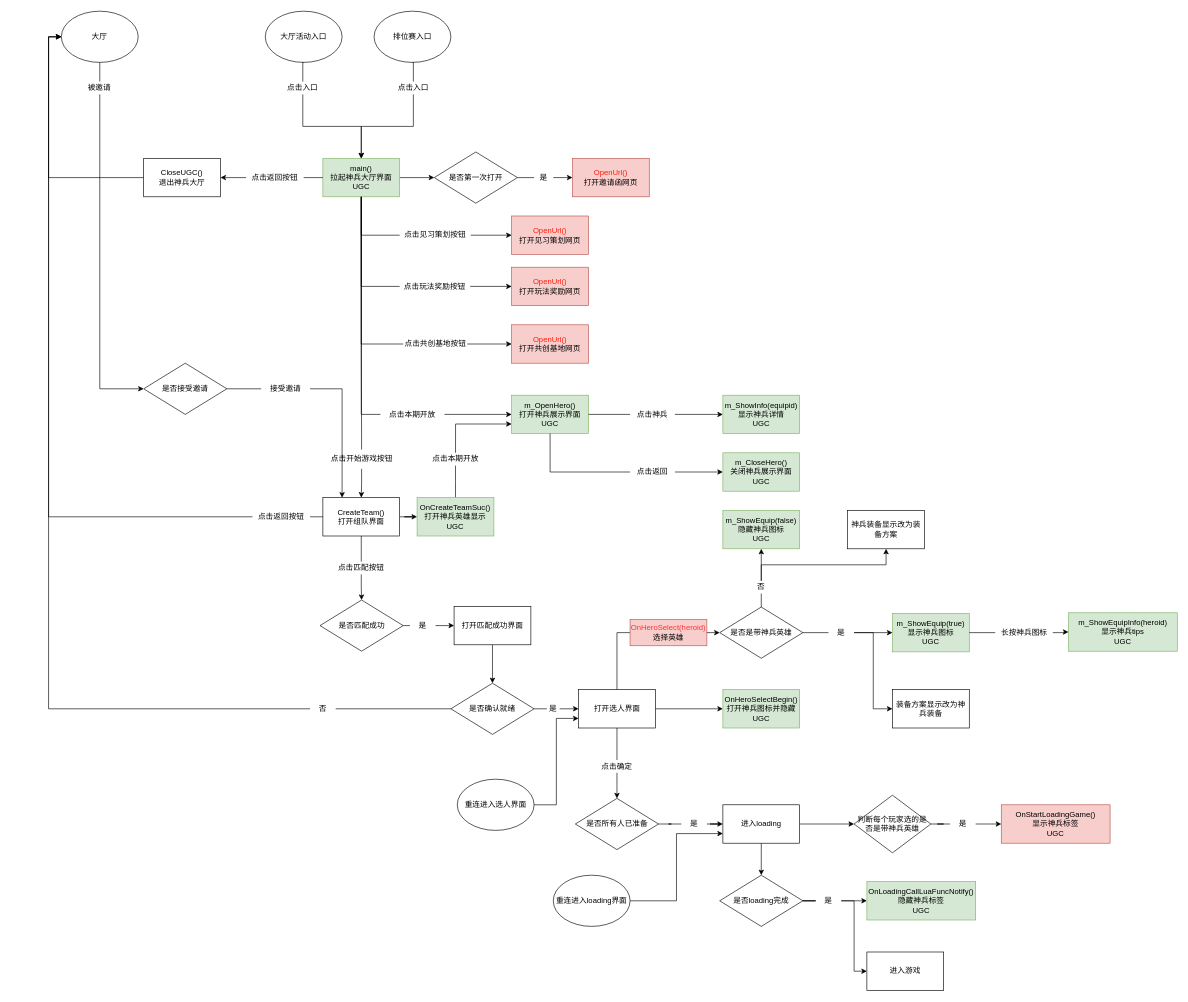
Above: Untitled Diagram.drawio in wq5514/drawio (draw.io), before the change. Source tidied: cells renumbered, new cells numbered last; positions are measured from the earlier drawing's top-left corner, leaving out a move shared by most shapes. Both pictures are drawn from the tidied source at 64%, with x=0, y=0 at pixel (61, 11).
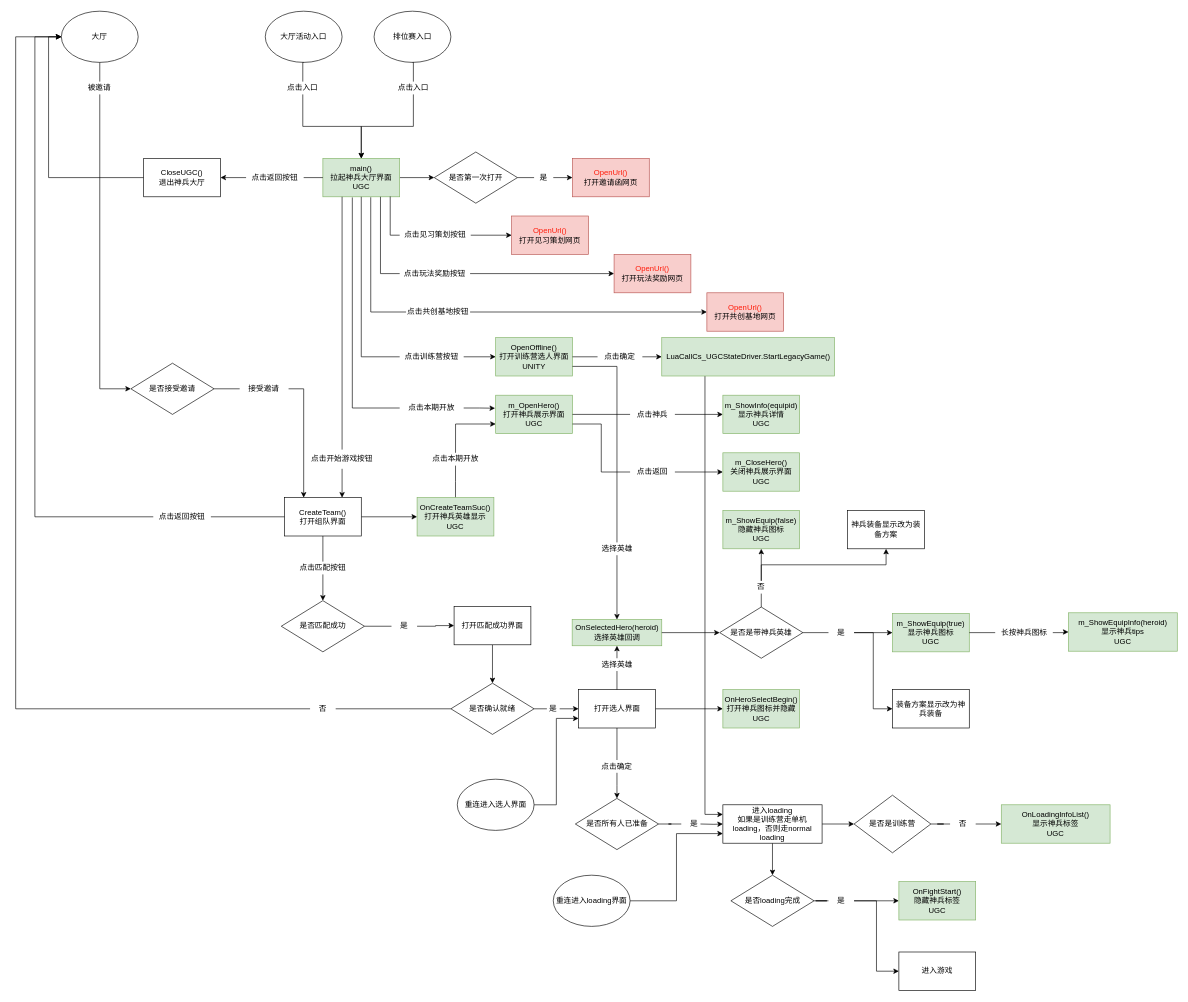
Above is the later version.

The change refers to these unchanged cells:
```xml
<mxCell id="9" value="main()&lt;br&gt;拉起神兵大厅界面&lt;br&gt;UGC" style="rounded=0;whiteSpace=wrap;html=1;fillColor=#d5e8d4;strokeColor=#82b366;" parent="1" vertex="1">
  <mxGeometry x="409" y="230" width="120" height="60" as="geometry" />
</mxCell>
<mxCell id="24" value="点击见习策划按钮" style="text;html=1;strokeColor=none;fillColor=none;align=center;verticalAlign=middle;whiteSpace=wrap;rounded=0;" parent="1" vertex="1">
  <mxGeometry x="529" y="340" width="111" height="20" as="geometry" />
</mxCell>
<mxCell id="48" value="点击返回" style="text;html=1;strokeColor=none;fillColor=none;align=center;verticalAlign=middle;whiteSpace=wrap;rounded=0;" parent="1" vertex="1">
  <mxGeometry x="889" y="710" width="70" height="20" as="geometry" />
</mxCell>
<mxCell id="55" value="大厅" style="ellipse;whiteSpace=wrap;html=1;strokeColor=#000000;fillColor=#ffffff;" parent="1" vertex="1">
  <mxGeometry x="0.4" width="120" height="80" as="geometry" />
</mxCell>
<mxCell id="64" value="打开选人界面" style="rounded=0;whiteSpace=wrap;html=1;" parent="1" vertex="1">
  <mxGeometry x="808.5" y="1060" width="120" height="60" as="geometry" />
</mxCell>
<mxCell id="68" value="否" style="text;html=1;strokeColor=none;fillColor=none;align=center;verticalAlign=middle;whiteSpace=wrap;rounded=0;" parent="1" vertex="1">
  <mxGeometry x="389" y="1080" width="40" height="20" as="geometry" />
</mxCell>
<mxCell id="104" value="是" style="text;html=1;strokeColor=none;fillColor=none;align=center;verticalAlign=middle;whiteSpace=wrap;rounded=0;" parent="1" vertex="1">
  <mxGeometry x="969" y="1260" width="40" height="20" as="geometry" />
</mxCell>
```

Change to the diagram source:
```diff
@@
-    <mxCell id="7" style="edgeStyle=orthogonalEdgeStyle;rounded=0;jettySize=auto;html=1;exitX=0.5;exitY=1;exitDx=0;exitDy=0;startArrow=none;" parent="1" edge="1" source="37" target="36">
+    <mxCell id="7" style="edgeStyle=orthogonalEdgeStyle;rounded=0;jettySize=auto;html=1;exitX=0.5;exitY=1;exitDx=0;exitDy=0;startArrow=none;entryX=0.75;entryY=0;entryDx=0;entryDy=0;" parent="1" edge="1" source="37" target="36">
       <mxGeometry relative="1" as="geometry" />
     </mxCell>
-    <mxCell id="8" style="edgeStyle=orthogonalEdgeStyle;rounded=0;jettySize=auto;html=1;exitX=1;exitY=0.5;exitDx=0;exitDy=0;entryX=0;entryY=0.5;entryDx=0;entryDy=0;startArrow=none;" parent="1" edge="1" source="42" target="41">
+    <mxCell id="8" style="edgeStyle=orthogonalEdgeStyle;rounded=0;jettySize=auto;html=1;exitX=1;exitY=0.5;exitDx=0;exitDy=0;entryX=-0.008;entryY=0.339;entryDx=0;entryDy=0;startArrow=none;entryPerimeter=0;" parent="1" edge="1" source="42" target="41">
       <mxGeometry relative="1" as="geometry" />
     </mxCell>
+    <mxCell id="132" style="edgeStyle=orthogonalEdgeStyle;rounded=0;jettySize=auto;html=1;exitX=1;exitY=0.5;exitDx=0;exitDy=0;entryX=0;entryY=0.5;entryDx=0;entryDy=0;startArrow=none;" parent="1" edge="1" source="137" target="136">
+      <mxGeometry relative="1" as="geometry" />
+    </mxCell>
@@
-    <mxCell id="25" style="edgeStyle=orthogonalEdgeStyle;rounded=0;jettySize=auto;html=1;exitX=0.5;exitY=1;exitDx=0;exitDy=0;entryX=0;entryY=0.5;entryDx=0;entryDy=0;endArrow=none;" parent="1" edge="1" source="9" target="24">
-      <mxGeometry relative="1" as="geometry" />
+    <mxCell id="25" style="edgeStyle=orthogonalEdgeStyle;rounded=0;jettySize=auto;html=1;exitX=0.877;exitY=0.992;exitDx=0;exitDy=0;entryX=0;entryY=0.5;entryDx=0;entryDy=0;endArrow=none;exitPerimeter=0;" parent="1" edge="1" source="9" target="24">
+      <mxGeometry relative="1" as="geometry">
+        <Array as="points">
+          <mxPoint x="514" y="350" />
+        </Array>
+      </mxGeometry>
     </mxCell>
     <mxCell id="26" value="&lt;font color=&quot;#ff1b0a&quot;&gt;OpenUrl()&lt;/font&gt;&lt;br&gt;打开玩法奖励网页" style="rounded=0;whiteSpace=wrap;html=1;fillColor=#f8cecc;strokeColor=#b85450;" parent="1" vertex="1">
-      <mxGeometry x="704" y="400" width="120" height="60" as="geometry" />
+      <mxGeometry x="864" y="380" width="120" height="60" as="geometry" />
     </mxCell>
     <mxCell id="27" value="&lt;font color=&quot;#ff1b0a&quot;&gt;OpenUrl()&lt;/font&gt;&lt;br&gt;打开共创基地网页" style="rounded=0;whiteSpace=wrap;html=1;fillColor=#f8cecc;strokeColor=#b85450;" parent="1" vertex="1">
-      <mxGeometry x="704" y="490" width="120" height="60" as="geometry" />
+      <mxGeometry x="1009" y="440" width="120" height="60" as="geometry" />
     </mxCell>
     <mxCell id="28" value="点击玩法奖励按钮" style="text;html=1;strokeColor=none;fillColor=none;align=center;verticalAlign=middle;whiteSpace=wrap;rounded=0;" parent="1" vertex="1">
-      <mxGeometry x="529" y="420" width="110" height="20" as="geometry" />
+      <mxGeometry x="529" y="400" width="110" height="20" as="geometry" />
     </mxCell>
-    <mxCell id="29" style="edgeStyle=orthogonalEdgeStyle;rounded=0;jettySize=auto;html=1;exitX=0.5;exitY=1;exitDx=0;exitDy=0;entryX=0;entryY=0.5;entryDx=0;entryDy=0;endArrow=none;" parent="1" edge="1" source="9" target="28">
+    <mxCell id="29" style="edgeStyle=orthogonalEdgeStyle;rounded=0;jettySize=auto;html=1;exitX=0.75;exitY=1;exitDx=0;exitDy=0;entryX=0;entryY=0.5;entryDx=0;entryDy=0;endArrow=none;" parent="1" edge="1" source="9" target="28">
       <mxGeometry relative="1" as="geometry" />
     </mxCell>
     <mxCell id="30" value="点击共创基地按钮" style="text;html=1;strokeColor=none;fillColor=none;align=center;verticalAlign=middle;whiteSpace=wrap;rounded=0;" parent="1" vertex="1">
-      <mxGeometry x="534.5" y="510" width="100" height="20" as="geometry" />
+      <mxGeometry x="539" y="460" width="100" height="20" as="geometry" />
     </mxCell>
-    <mxCell id="31" style="edgeStyle=orthogonalEdgeStyle;rounded=0;jettySize=auto;html=1;exitX=0.5;exitY=1;exitDx=0;exitDy=0;entryX=0;entryY=0.5;entryDx=0;entryDy=0;endArrow=none;" parent="1" edge="1" source="9" target="30">
+    <mxCell id="31" style="edgeStyle=orthogonalEdgeStyle;rounded=0;jettySize=auto;html=1;exitX=0.623;exitY=1.012;exitDx=0;exitDy=0;entryX=0;entryY=0.5;entryDx=0;entryDy=0;endArrow=none;exitPerimeter=0;" parent="1" edge="1" source="9" target="30">
       <mxGeometry relative="1" as="geometry" />
     </mxCell>
@@
     <mxCell id="33" style="edgeStyle=orthogonalEdgeStyle;rounded=0;jettySize=auto;html=1;exitX=0;exitY=0.5;exitDx=0;exitDy=0;entryX=0;entryY=0.5;entryDx=0;entryDy=0;startArrow=none;" parent="1" edge="1" source="52" target="55">
-      <mxGeometry relative="1" as="geometry" />
+      <mxGeometry relative="1" as="geometry">
+        <Array as="points">
+          <mxPoint x="-41" y="790" />
+          <mxPoint x="-41" y="40" />
+        </Array>
+      </mxGeometry>
     </mxCell>
@@
     <mxCell id="36" value="CreateTeam()&lt;br&gt;打开组队界面" style="rounded=0;whiteSpace=wrap;html=1;" parent="1" vertex="1">
-      <mxGeometry x="409" y="760" width="120" height="60" as="geometry" />
+      <mxGeometry x="349" y="760" width="120" height="60" as="geometry" />
     </mxCell>
     <mxCell id="37" value="点击开始游戏按钮" style="text;html=1;strokeColor=none;fillColor=none;align=center;verticalAlign=middle;whiteSpace=wrap;rounded=0;" parent="1" vertex="1">
-      <mxGeometry x="419.5" y="685" width="100" height="30" as="geometry" />
+      <mxGeometry x="389" y="685" width="100" height="30" as="geometry" />
     </mxCell>
-    <mxCell id="38" style="edgeStyle=orthogonalEdgeStyle;rounded=0;jettySize=auto;html=1;exitX=0.5;exitY=1;exitDx=0;exitDy=0;endArrow=none;" parent="1" edge="1" source="9" target="37">
+    <mxCell id="38" style="edgeStyle=orthogonalEdgeStyle;rounded=0;jettySize=auto;html=1;exitX=0.25;exitY=1;exitDx=0;exitDy=0;endArrow=none;" parent="1" edge="1" source="9" target="37">
       <mxGeometry relative="1" as="geometry" />
     </mxCell>
@@
     <mxCell id="41" value="m_OpenHero()&lt;br&gt;打开神兵展示界面&lt;br&gt;UGC" style="rounded=0;whiteSpace=wrap;html=1;fillColor=#d5e8d4;strokeColor=#82b366;" parent="1" vertex="1">
-      <mxGeometry x="704" y="600" width="120" height="60" as="geometry" />
+      <mxGeometry x="679" y="600" width="120" height="60" as="geometry" />
     </mxCell>
     <mxCell id="42" value="点击本期开放" style="text;html=1;strokeColor=none;fillColor=none;align=center;verticalAlign=middle;whiteSpace=wrap;rounded=0;" parent="1" vertex="1">
-      <mxGeometry x="499" y="620" width="100" height="20" as="geometry" />
+      <mxGeometry x="529" y="610" width="100" height="20" as="geometry" />
     </mxCell>
-    <mxCell id="43" style="edgeStyle=orthogonalEdgeStyle;rounded=0;jettySize=auto;html=1;exitX=0.5;exitY=1;exitDx=0;exitDy=0;entryX=0;entryY=0.5;entryDx=0;entryDy=0;endArrow=none;" parent="1" edge="1" source="9" target="42">
-      <mxGeometry relative="1" as="geometry" />
+    <mxCell id="43" style="edgeStyle=orthogonalEdgeStyle;rounded=0;jettySize=auto;html=1;entryX=0;entryY=0.5;entryDx=0;entryDy=0;endArrow=none;" parent="1" edge="1" target="42">
+      <mxGeometry relative="1" as="geometry">
+        <mxPoint x="455" y="291" as="sourcePoint" />
+        <Array as="points">
+          <mxPoint x="455" y="291" />
+          <mxPoint x="455" y="620" />
+        </Array>
+      </mxGeometry>
     </mxCell>
@@
-    <mxCell id="49" style="edgeStyle=orthogonalEdgeStyle;rounded=0;jettySize=auto;html=1;exitX=0.5;exitY=1;exitDx=0;exitDy=0;entryX=0;entryY=0.5;entryDx=0;entryDy=0;endArrow=none;" parent="1" edge="1" source="41" target="48">
+    <mxCell id="49" style="edgeStyle=orthogonalEdgeStyle;rounded=0;jettySize=auto;html=1;exitX=1;exitY=0.75;exitDx=0;exitDy=0;entryX=0;entryY=0.5;entryDx=0;entryDy=0;endArrow=none;" parent="1" edge="1" source="41" target="48">
       <mxGeometry relative="1" as="geometry" />
     </mxCell>
@@
     <mxCell id="52" value="点击返回按钮" style="text;html=1;strokeColor=none;fillColor=none;align=center;verticalAlign=middle;whiteSpace=wrap;rounded=0;" parent="1" vertex="1">
-      <mxGeometry x="299" y="780" width="90" height="20" as="geometry" />
+      <mxGeometry x="144" y="780" width="90" height="20" as="geometry" />
     </mxCell>
@@
     <mxCell id="56" value="点击匹配按钮" style="text;html=1;strokeColor=none;fillColor=none;align=center;verticalAlign=middle;whiteSpace=wrap;rounded=0;" parent="1" vertex="1">
-      <mxGeometry x="424" y="860" width="90" height="20" as="geometry" />
+      <mxGeometry x="364" y="860" width="90" height="20" as="geometry" />
     </mxCell>
@@
     <mxCell id="59" value="是否匹配成功" style="rhombus;whiteSpace=wrap;html=1;" parent="1" vertex="1">
-      <mxGeometry x="404.5" y="920" width="130" height="80" as="geometry" />
+      <mxGeometry x="344" y="921" width="130" height="80" as="geometry" />
     </mxCell>
@@
     <mxCell id="65" style="edgeStyle=orthogonalEdgeStyle;rounded=0;jettySize=auto;html=1;exitX=0;exitY=0.5;exitDx=0;exitDy=0;entryX=0;entryY=0.5;entryDx=0;entryDy=0;startArrow=none;" parent="1" edge="1" source="68" target="55">
-      <mxGeometry relative="1" as="geometry" />
+      <mxGeometry relative="1" as="geometry">
+        <Array as="points">
+          <mxPoint x="-71" y="1090" />
+          <mxPoint x="-71" y="40" />
+        </Array>
+      </mxGeometry>
     </mxCell>
@@
-    <mxCell id="72" style="edgeStyle=orthogonalEdgeStyle;rounded=0;jettySize=auto;html=1;exitX=0.5;exitY=0;exitDx=0;exitDy=0;entryX=0;entryY=0.5;entryDx=0;entryDy=0;endArrow=none;" parent="1" edge="1" source="64" target="78">
-      <mxGeometry relative="1" as="geometry" />
-    </mxCell>
@@
-    <mxCell id="78" value="&lt;font color=&quot;#ff3333&quot;&gt;OnHeroSelect(heroid)&lt;br&gt;&lt;/font&gt;选择英雄" style="text;html=1;strokeColor=#b85450;fillColor=#f8cecc;align=center;verticalAlign=middle;whiteSpace=wrap;rounded=0;" parent="1" vertex="1">
-      <mxGeometry x="889" y="950.5" width="120" height="41" as="geometry" />
+    <mxCell id="78" value="OnSelectedHero(heroid)&lt;br&gt;选择英雄回调" style="text;html=1;strokeColor=#82b366;fillColor=#d5e8d4;align=center;verticalAlign=middle;whiteSpace=wrap;rounded=0;" parent="1" vertex="1">
+      <mxGeometry x="798.5" y="950.5" width="140" height="41" as="geometry" />
     </mxCell>
@@
-    <mxCell id="97" value="进入loading" style="rounded=0;whiteSpace=wrap;html=1;" parent="1" vertex="1">
-      <mxGeometry x="1034" y="1240" width="120" height="60" as="geometry" />
+    <mxCell id="97" value="进入loading&lt;br&gt;如果是训练营走单机loading，否则走normal loading" style="rounded=0;whiteSpace=wrap;html=1;" parent="1" vertex="1">
+      <mxGeometry x="1034" y="1240" width="155" height="60" as="geometry" />
     </mxCell>
@@
-    <mxCell id="100" style="edgeStyle=orthogonalEdgeStyle;rounded=0;jettySize=auto;html=1;startArrow=none;" parent="1" edge="1" source="104" target="97">
-      <mxGeometry relative="1" as="geometry" />
+    <mxCell id="100" style="edgeStyle=orthogonalEdgeStyle;rounded=0;jettySize=auto;html=1;startArrow=none;" parent="1" edge="1" target="97">
+      <mxGeometry relative="1" as="geometry">
+        <mxPoint x="999" y="1270" as="sourcePoint" />
+      </mxGeometry>
     </mxCell>
@@
     <mxCell id="102" value="是" style="text;html=1;strokeColor=none;fillColor=none;align=center;verticalAlign=middle;whiteSpace=wrap;rounded=0;" parent="1" vertex="1">
-      <mxGeometry x="545" y="950" width="40" height="20" as="geometry" />
+      <mxGeometry x="516.2" y="951" width="40" height="20" as="geometry" />
     </mxCell>
@@
-    <mxCell id="106" value="OnStartLoadingGame()&lt;br&gt;显示神兵标签&lt;br&gt;UGC" style="rounded=0;whiteSpace=wrap;html=1;strokeColor=#b85450;fillColor=#f8cecc;" parent="1" vertex="1">
+    <mxCell id="106" value="OnLoadingInfoList()&lt;br&gt;显示神兵标签&lt;br&gt;UGC" style="rounded=0;whiteSpace=wrap;html=1;strokeColor=#82b366;fillColor=#d5e8d4;" parent="1" vertex="1">
       <mxGeometry x="1469" y="1240" width="170" height="60" as="geometry" />
     </mxCell>
@@
-    <mxCell id="108" value="判断每个玩家选的是否是带神兵英雄" style="rhombus;whiteSpace=wrap;html=1;" parent="1" vertex="1">
+    <mxCell id="108" value="是否是训练营" style="rhombus;whiteSpace=wrap;html=1;" parent="1" vertex="1">
       <mxGeometry x="1239" y="1225" width="120" height="90" as="geometry" />
     </mxCell>
-    <mxCell id="109" value="是" style="text;html=1;strokeColor=none;fillColor=none;align=center;verticalAlign=middle;whiteSpace=wrap;rounded=0;" parent="1" vertex="1">
+    <mxCell id="109" value="否" style="text;html=1;strokeColor=none;fillColor=none;align=center;verticalAlign=middle;whiteSpace=wrap;rounded=0;" parent="1" vertex="1">
       <mxGeometry x="1389" y="1260" width="40" height="20" as="geometry" />
     </mxCell>
@@
     <mxCell id="112" value="是否loading完成" style="rhombus;whiteSpace=wrap;html=1;" parent="1" vertex="1">
-      <mxGeometry x="1029" y="1350" width="130" height="80" as="geometry" />
+      <mxGeometry x="1046.5" y="1350" width="130" height="80" as="geometry" />
     </mxCell>
-    <mxCell id="113" value="OnLoadingCallLuaFuncNotify()&lt;br&gt;隐藏神兵标签&lt;br&gt;UGC" style="rounded=0;whiteSpace=wrap;html=1;strokeColor=#82b366;fillColor=#d5e8d4;" parent="1" vertex="1">
-      <mxGeometry x="1259" y="1360" width="170" height="60" as="geometry" />
+    <mxCell id="113" value="OnFightStart()&lt;br&gt;隐藏神兵标签&lt;br&gt;UGC" style="rounded=0;whiteSpace=wrap;html=1;strokeColor=#82b366;fillColor=#d5e8d4;" parent="1" vertex="1">
+      <mxGeometry x="1309" y="1360" width="120" height="60" as="geometry" />
     </mxCell>
@@
     <mxCell id="115" value="是" style="text;html=1;strokeColor=none;fillColor=none;align=center;verticalAlign=middle;whiteSpace=wrap;rounded=0;" parent="1" vertex="1">
-      <mxGeometry x="1179" y="1380" width="40" height="20" as="geometry" />
+      <mxGeometry x="1199" y="1380" width="40" height="20" as="geometry" />
     </mxCell>
-    <mxCell id="116" style="edgeStyle=orthogonalEdgeStyle;rounded=0;jettySize=auto;html=1;endArrow=none;" parent="1" edge="1" source="112" target="115">
+    <mxCell id="116" style="edgeStyle=orthogonalEdgeStyle;rounded=0;jettySize=auto;html=1;endArrow=none;exitX=1;exitY=0.5;exitDx=0;exitDy=0;" parent="1" edge="1" source="112" target="115">
       <mxGeometry relative="1" as="geometry" />
     </mxCell>
     <mxCell id="117" value="进入游戏" style="rounded=0;whiteSpace=wrap;html=1;" parent="1" vertex="1">
-      <mxGeometry x="1259" y="1470" width="120" height="60" as="geometry" />
+      <mxGeometry x="1309" y="1470" width="120" height="60" as="geometry" />
     </mxCell>
@@
     <mxCell id="125" value="是否接受邀请" style="rhombus;whiteSpace=wrap;html=1;" parent="1" vertex="1">
-      <mxGeometry x="129" y="550" width="130" height="80" as="geometry" />
+      <mxGeometry x="109" y="550" width="130" height="80" as="geometry" />
     </mxCell>
     <mxCell id="126" value="接受邀请" style="text;html=1;strokeColor=none;fillColor=none;align=center;verticalAlign=middle;whiteSpace=wrap;rounded=0;" parent="1" vertex="1">
-      <mxGeometry x="312.6" y="580" width="76.4" height="20" as="geometry" />
+      <mxGeometry x="279" y="580" width="76.4" height="20" as="geometry" />
     </mxCell>
@@
+    <mxCell id="133" style="endArrow=classic;html=1;entryX=0.5;entryY=1;entryDx=0;entryDy=0;exitX=0.5;exitY=0;exitDx=0;exitDy=0;startArrow=none;" parent="1" edge="1" source="139" target="78">
+      <mxGeometry relative="1" as="geometry" />
+    </mxCell>
+    <mxCell id="134" style="edgeStyle=orthogonalEdgeStyle;rounded=0;jettySize=auto;html=1;exitX=0.5;exitY=1;exitDx=0;exitDy=0;entryX=0.5;entryY=0;entryDx=0;entryDy=0;startArrow=none;" parent="1" edge="1" source="141" target="78">
+      <mxGeometry relative="1" as="geometry" />
+    </mxCell>
+    <mxCell id="135" style="edgeStyle=orthogonalEdgeStyle;rounded=0;jettySize=auto;html=1;exitX=1;exitY=0.5;exitDx=0;exitDy=0;entryX=0;entryY=0.5;entryDx=0;entryDy=0;startArrow=none;" parent="1" edge="1" source="145" target="144">
+      <mxGeometry relative="1" as="geometry" />
+    </mxCell>
+    <mxCell id="136" value="OpenOffline()&lt;br&gt;打开训练营选人界面&lt;br&gt;UNITY" style="rounded=0;whiteSpace=wrap;html=1;fillColor=#d5e8d4;strokeColor=#82b366;" parent="1" vertex="1">
+      <mxGeometry x="679" y="510" width="120" height="60" as="geometry" />
+    </mxCell>
+    <mxCell id="137" value="点击训练营按钮" style="text;html=1;strokeColor=none;fillColor=none;align=center;verticalAlign=middle;whiteSpace=wrap;rounded=0;" parent="1" vertex="1">
+      <mxGeometry x="529" y="530" width="100" height="20" as="geometry" />
+    </mxCell>
+    <mxCell id="138" style="edgeStyle=orthogonalEdgeStyle;rounded=0;jettySize=auto;html=1;exitX=0.5;exitY=1;exitDx=0;exitDy=0;entryX=0;entryY=0.5;entryDx=0;entryDy=0;endArrow=none;" parent="1" edge="1" source="9" target="137">
+      <mxGeometry relative="1" as="geometry" />
+    </mxCell>
+    <mxCell id="139" value="选择英雄" style="text;html=1;strokeColor=none;fillColor=none;align=center;verticalAlign=middle;whiteSpace=wrap;rounded=0;" parent="1" vertex="1">
+      <mxGeometry x="833.5" y="1011" width="70" height="20" as="geometry" />
+    </mxCell>
+    <mxCell id="140" style="endArrow=none;html=1;entryX=0.5;entryY=1;entryDx=0;entryDy=0;exitX=0.5;exitY=0;exitDx=0;exitDy=0;" parent="1" edge="1" source="64" target="139">
+      <mxGeometry relative="1" as="geometry" />
+    </mxCell>
+    <mxCell id="141" value="选择英雄" style="text;html=1;strokeColor=none;fillColor=none;align=center;verticalAlign=middle;whiteSpace=wrap;rounded=0;" parent="1" vertex="1">
+      <mxGeometry x="833.5" y="830" width="70" height="20" as="geometry" />
+    </mxCell>
+    <mxCell id="142" style="edgeStyle=orthogonalEdgeStyle;rounded=0;jettySize=auto;html=1;exitX=1;exitY=0.75;exitDx=0;exitDy=0;entryX=0.5;entryY=0;entryDx=0;entryDy=0;endArrow=none;" parent="1" edge="1" source="136" target="141">
+      <mxGeometry relative="1" as="geometry" />
+    </mxCell>
+    <mxCell id="143" style="edgeStyle=orthogonalEdgeStyle;rounded=0;jettySize=auto;html=1;exitX=0.25;exitY=1;exitDx=0;exitDy=0;entryX=0;entryY=0.25;entryDx=0;entryDy=0;" parent="1" edge="1" source="144" target="97">
+      <mxGeometry relative="1" as="geometry" />
+    </mxCell>
+    <mxCell id="144" value="LuaCallCs_UGCStateDriver.StartLegacyGame()" style="rounded=0;whiteSpace=wrap;html=1;fillColor=#d5e8d4;strokeColor=#82b366;" parent="1" vertex="1">
+      <mxGeometry x="938.5" y="510" width="270" height="60" as="geometry" />
+    </mxCell>
+    <mxCell id="145" value="点击确定" style="text;html=1;strokeColor=none;fillColor=none;align=center;verticalAlign=middle;whiteSpace=wrap;rounded=0;" parent="1" vertex="1">
+      <mxGeometry x="838.2" y="530" width="70" height="20" as="geometry" />
+    </mxCell>
+    <mxCell id="146" style="edgeStyle=orthogonalEdgeStyle;rounded=0;jettySize=auto;html=1;exitX=1;exitY=0.5;exitDx=0;exitDy=0;entryX=0;entryY=0.5;entryDx=0;entryDy=0;endArrow=none;" parent="1" edge="1" source="136" target="145">
+      <mxGeometry relative="1" as="geometry" />
+    </mxCell>
```
